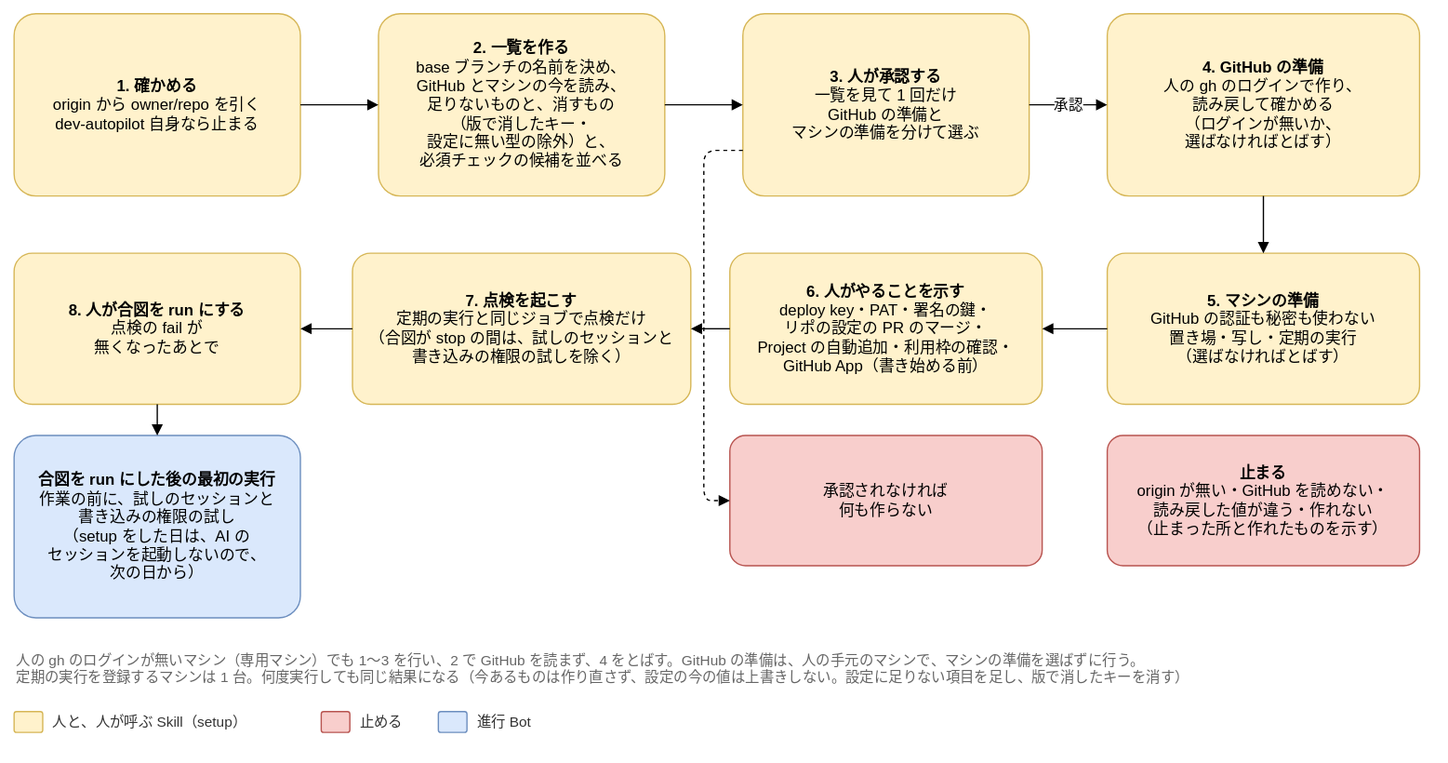
Above: docs/design/basic/diagrams/04-setup-flow.drawio.svg in Joymerrevent/dev-autopilot (draw.io), before the change. Source tidied: cells renumbered, new cells last; positions are measured from the earlier drawing's top-left corner, leaving out a move shared by most shapes.
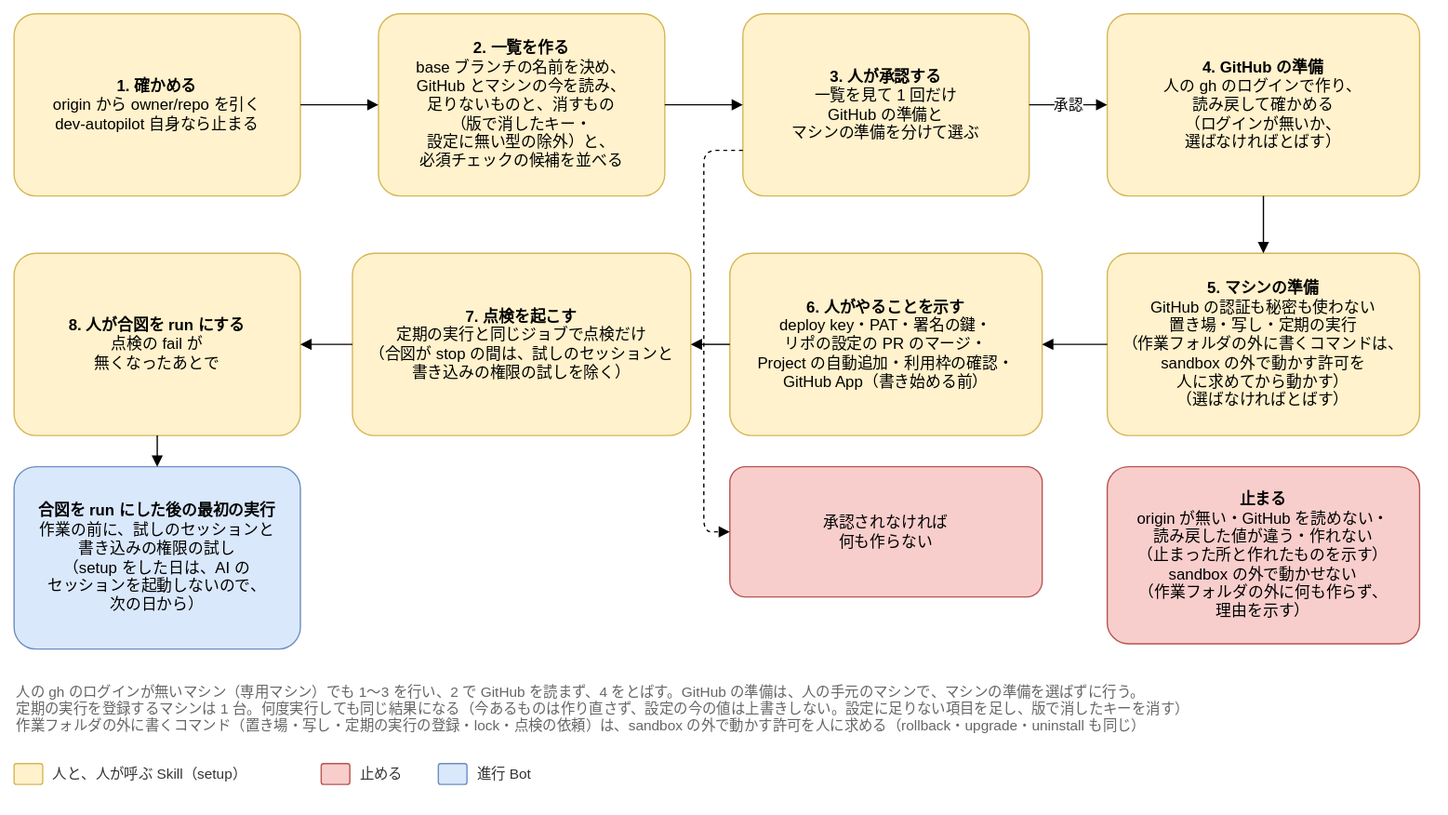
Later version of the same file.

Change to the diagram source:
```diff
@@ -14,17 +14,17 @@
     <mxCell id="5" value="&lt;b&gt;4. GitHub の準備&lt;/b&gt;&lt;br&gt;人の gh のログインで作り、&lt;br&gt;読み戻して確かめる&lt;br&gt;（ログインが無いか、&lt;br&gt;選ばなければとばす）" style="rounded=1;whiteSpace=wrap;html=1;fontSize=12;arcSize=12;spacing=12;fillColor=#fff2cc;strokeColor=#d6b656;" parent="1" vertex="1">
       <mxGeometry x="840" width="240" height="140" as="geometry" />
     </mxCell>
-    <mxCell id="6" value="&lt;b&gt;5. マシンの準備&lt;/b&gt;&lt;br&gt;GitHub の認証も秘密も使わない&lt;br&gt;置き場・写し・定期の実行&lt;br&gt;（選ばなければとばす）" style="rounded=1;whiteSpace=wrap;html=1;fontSize=12;arcSize=12;spacing=12;fillColor=#fff2cc;strokeColor=#d6b656;" parent="1" vertex="1">
-      <mxGeometry x="840" y="184" width="240" height="116" as="geometry" />
+    <mxCell id="6" value="&lt;b&gt;5. マシンの準備&lt;/b&gt;&lt;br&gt;GitHub の認証も秘密も使わない&lt;br&gt;置き場・写し・定期の実行&lt;br&gt;（作業フォルダの外に書くコマンドは、&lt;br&gt;sandbox の外で動かす許可を&lt;br&gt;人に求めてから動かす）&lt;br&gt;（選ばなければとばす）" style="rounded=1;whiteSpace=wrap;html=1;fontSize=12;arcSize=12;spacing=12;fillColor=#fff2cc;strokeColor=#d6b656;" parent="1" vertex="1">
+      <mxGeometry x="840" y="184" width="240" height="140" as="geometry" />
     </mxCell>
     <mxCell id="7" value="&lt;b&gt;6. 人がやることを示す&lt;/b&gt;&lt;br&gt;deploy key・PAT・署名の鍵・&lt;br&gt;リポの設定の PR のマージ・&lt;br&gt;Project の自動追加・利用枠の確認・&lt;br&gt;GitHub App（書き始める前）" style="rounded=1;whiteSpace=wrap;html=1;fontSize=12;arcSize=12;spacing=12;fillColor=#fff2cc;strokeColor=#d6b656;" parent="1" vertex="1">
-      <mxGeometry x="550" y="184" width="240" height="116" as="geometry" />
+      <mxGeometry x="550" y="184" width="240" height="140" as="geometry" />
     </mxCell>
     <mxCell id="8" value="&lt;b&gt;7. 点検を起こす&lt;/b&gt;&lt;br&gt;定期の実行と同じジョブで点検だけ&lt;br&gt;（合図が stop の間は、試しのセッションと&lt;br&gt;書き込みの権限の試しを除く）" style="rounded=1;whiteSpace=wrap;html=1;fontSize=12;arcSize=12;spacing=12;fillColor=#fff2cc;strokeColor=#d6b656;" parent="1" vertex="1">
-      <mxGeometry x="260" y="184" width="260" height="116" as="geometry" />
+      <mxGeometry x="260" y="184" width="260" height="140" as="geometry" />
     </mxCell>
     <mxCell id="9" value="&lt;b&gt;8. 人が合図を run にする&lt;/b&gt;&lt;br&gt;点検の fail が&lt;br&gt;無くなったあとで" style="rounded=1;whiteSpace=wrap;html=1;fontSize=12;arcSize=12;spacing=12;fillColor=#fff2cc;strokeColor=#d6b656;" parent="1" vertex="1">
-      <mxGeometry y="184" width="220" height="116" as="geometry" />
+      <mxGeometry y="184" width="220" height="140" as="geometry" />
     </mxCell>
     <mxCell id="10" style="edgeStyle=orthogonalEdgeStyle;rounded=1;html=1;endArrow=block;endFill=1;fontSize=11;labelBackgroundColor=#ffffff;exitX=1;exitY=0.5;exitDx=0;exitDy=0;entryX=0;entryY=0.5;entryDx=0;entryDy=0;" parent="1" edge="1" source="2" target="3">
       <mxGeometry relative="1" as="geometry" />
@@ -48,45 +48,45 @@
       <mxGeometry relative="1" as="geometry" />
     </mxCell>
     <mxCell id="17" value="承認されなければ&lt;br&gt;何も作らない" style="rounded=1;whiteSpace=wrap;html=1;fontSize=12;arcSize=12;spacing=12;fillColor=#f8cecc;strokeColor=#b85450;" parent="1" vertex="1">
-      <mxGeometry x="550" y="324" width="240" height="100" as="geometry" />
+      <mxGeometry x="550" y="348" width="240" height="100" as="geometry" />
     </mxCell>
     <mxCell id="18" style="edgeStyle=orthogonalEdgeStyle;rounded=1;html=1;endArrow=block;endFill=1;fontSize=11;labelBackgroundColor=#ffffff;dashed=1;exitX=0;exitY=0.75;exitDx=0;exitDy=0;entryX=0;entryY=0.5;entryDx=0;entryDy=0;" parent="1" edge="1" source="4" target="17">
       <mxGeometry relative="1" as="geometry">
         <Array as="points">
           <mxPoint x="530" y="105" />
-          <mxPoint x="530" y="374" />
+          <mxPoint x="530" y="398" />
         </Array>
       </mxGeometry>
     </mxCell>
-    <mxCell id="19" value="人の gh のログインが無いマシン（専用マシン）でも 1〜3 を行い、2 で GitHub を読まず、4 をとばす。GitHub の準備は、人の手元のマシンで、マシンの準備を選ばずに行う。&lt;br&gt;定期の実行を登録するマシンは 1 台。何度実行しても同じ結果になる（今あるものは作り直さず、設定の今の値は上書きしない。設定に足りない項目を足し、版で消したキーを消す）" style="text;html=1;whiteSpace=wrap;align=left;verticalAlign=top;fontSize=11;fontColor=#666666;" parent="1" vertex="1">
-      <mxGeometry y="484" width="1080" height="36" as="geometry" />
+    <mxCell id="19" value="人の gh のログインが無いマシン（専用マシン）でも 1〜3 を行い、2 で GitHub を読まず、4 をとばす。GitHub の準備は、人の手元のマシンで、マシンの準備を選ばずに行う。&lt;br&gt;定期の実行を登録するマシンは 1 台。何度実行しても同じ結果になる（今あるものは作り直さず、設定の今の値は上書きしない。設定に足りない項目を足し、版で消したキーを消す）&lt;br&gt;作業フォルダの外に書くコマンド（置き場・写し・定期の実行の登録・lock・点検の依頼）は、sandbox の外で動かす許可を人に求める（rollback・upgrade・uninstall も同じ）" style="text;html=1;whiteSpace=wrap;align=left;verticalAlign=top;fontSize=11;fontColor=#666666;" parent="1" vertex="1">
+      <mxGeometry y="508" width="1080" height="52" as="geometry" />
     </mxCell>
     <mxCell id="20" value="&lt;b&gt;合図を run にした後の最初の実行&lt;/b&gt;&lt;br&gt;作業の前に、試しのセッションと&lt;br&gt;書き込みの権限の試し&lt;br&gt;（setup をした日は、AI の&lt;br&gt;セッションを起動しないので、&lt;br&gt;次の日から）" style="rounded=1;whiteSpace=wrap;html=1;fontSize=12;arcSize=12;spacing=12;fillColor=#dae8fc;strokeColor=#6c8ebf;" parent="1" vertex="1">
-      <mxGeometry y="324" width="220" height="140" as="geometry" />
+      <mxGeometry y="348" width="220" height="140" as="geometry" />
     </mxCell>
     <mxCell id="21" style="edgeStyle=orthogonalEdgeStyle;rounded=1;html=1;endArrow=block;endFill=1;fontSize=11;labelBackgroundColor=#ffffff;exitX=0.5;exitY=1;exitDx=0;exitDy=0;entryX=0.5;entryY=0;entryDx=0;entryDy=0;" parent="1" edge="1" source="9" target="20">
       <mxGeometry relative="1" as="geometry" />
     </mxCell>
-    <mxCell id="22" value="&lt;b&gt;止まる&lt;/b&gt;&lt;br&gt;origin が無い・GitHub を読めない・&lt;br&gt;読み戻した値が違う・作れない&lt;br&gt;（止まった所と作れたものを示す）" style="rounded=1;whiteSpace=wrap;html=1;fontSize=12;arcSize=12;spacing=12;fillColor=#f8cecc;strokeColor=#b85450;" parent="1" vertex="1">
-      <mxGeometry x="840" y="324" width="240" height="100" as="geometry" />
+    <mxCell id="22" value="&lt;b&gt;止まる&lt;/b&gt;&lt;br&gt;origin が無い・GitHub を読めない・&lt;br&gt;読み戻した値が違う・作れない&lt;br&gt;（止まった所と作れたものを示す）&lt;br&gt;sandbox の外で動かせない&lt;br&gt;（作業フォルダの外に何も作らず、&lt;br&gt;理由を示す）" style="rounded=1;whiteSpace=wrap;html=1;fontSize=12;arcSize=12;spacing=12;fillColor=#f8cecc;strokeColor=#b85450;" parent="1" vertex="1">
+      <mxGeometry x="840" y="348" width="240" height="136" as="geometry" />
     </mxCell>
     <mxCell id="23" style="rounded=1;whiteSpace=wrap;html=1;fontSize=12;arcSize=12;spacing=12;fillColor=#fff2cc;strokeColor=#d6b656;" parent="1" vertex="1">
-      <mxGeometry y="536" width="22" height="16" as="geometry" />
+      <mxGeometry y="576" width="22" height="16" as="geometry" />
     </mxCell>
     <mxCell id="24" value="人と、人が呼ぶ Skill（setup）" style="text;html=1;align=left;verticalAlign=middle;fontSize=11;fontColor=#333333;" parent="1" vertex="1">
-      <mxGeometry x="28" y="534" width="192" height="20" as="geometry" />
+      <mxGeometry x="28" y="574" width="192" height="20" as="geometry" />
     </mxCell>
     <mxCell id="25" style="rounded=1;whiteSpace=wrap;html=1;fontSize=12;arcSize=12;spacing=12;fillColor=#f8cecc;strokeColor=#b85450;" parent="1" vertex="1">
-      <mxGeometry x="236" y="536" width="22" height="16" as="geometry" />
+      <mxGeometry x="236" y="576" width="22" height="16" as="geometry" />
     </mxCell>
     <mxCell id="26" value="止める" style="text;html=1;align=left;verticalAlign=middle;fontSize=11;fontColor=#333333;" parent="1" vertex="1">
-      <mxGeometry x="264" y="534" width="46" height="20" as="geometry" />
+      <mxGeometry x="264" y="574" width="46" height="20" as="geometry" />
     </mxCell>
     <mxCell id="27" style="rounded=1;whiteSpace=wrap;html=1;fontSize=12;arcSize=12;spacing=12;fillColor=#dae8fc;strokeColor=#6c8ebf;" parent="1" vertex="1">
-      <mxGeometry x="326" y="536" width="22" height="16" as="geometry" />
+      <mxGeometry x="326" y="576" width="22" height="16" as="geometry" />
     </mxCell>
     <mxCell id="28" value="進行 Bot" style="text;html=1;align=left;verticalAlign=middle;fontSize=11;fontColor=#333333;" parent="1" vertex="1">
-      <mxGeometry x="354" y="534" width="59" height="20" as="geometry" />
+      <mxGeometry x="354" y="574" width="59" height="20" as="geometry" />
     </mxCell>
   </root>
 </mxGraphModel>
```
